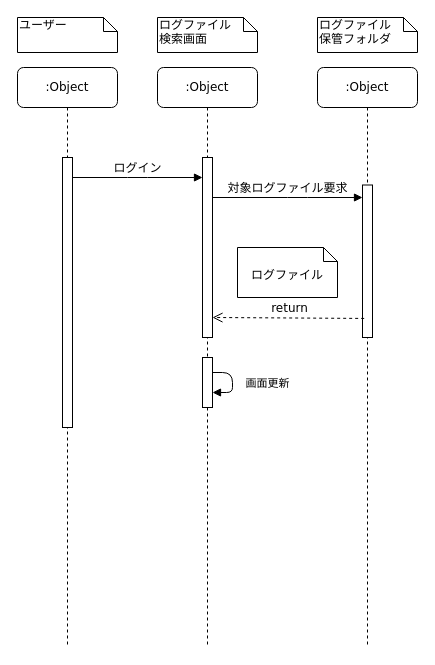
Before: page "シーケンス図（特定日検索）" (2 of 6) of UMLDiagram.drawio in r-asano/kaihatsubuKenshu, a draw.io diagram. Source tidied: cells renumbered, new cells numbered last; positions are measured from the earlier drawing's top-left corner, leaving out a move shared by most shapes. Both pictures are drawn from the tidied source at 100%, with x=0, y=0 at pixel (17, 17).
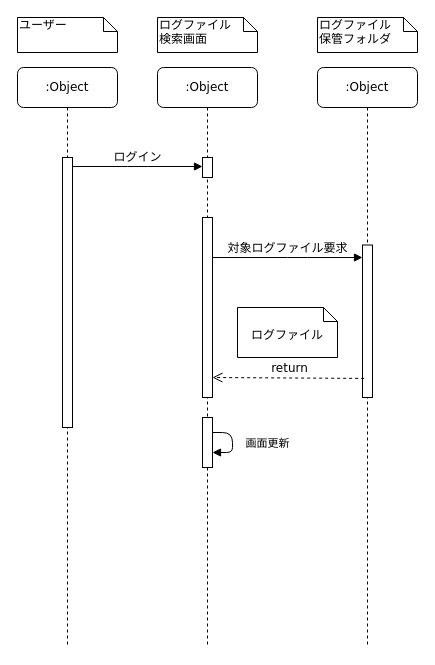
The same diagram, later.

The change refers to these unchanged cells:
```xml
<mxCell id="2" value=":Object" style="shape=umlLifeline;perimeter=lifelinePerimeter;whiteSpace=wrap;html=1;rounded=1;shadow=0;comic=0;labelBackgroundColor=none;strokeWidth=1;fontFamily=Verdana;fontSize=12;align=center;" parent="1" vertex="1">
  <mxGeometry x="140" y="50" width="100" height="580" as="geometry" />
</mxCell>
<mxCell id="6" value=":Object" style="shape=umlLifeline;perimeter=lifelinePerimeter;whiteSpace=wrap;html=1;rounded=1;shadow=0;comic=0;labelBackgroundColor=none;strokeWidth=1;fontFamily=Verdana;fontSize=12;align=center;" parent="1" vertex="1">
  <mxGeometry x="300" y="50" width="100" height="580" as="geometry" />
</mxCell>
<mxCell id="9" style="html=1;points=[];perimeter=orthogonalPerimeter;rounded=0;shadow=0;comic=0;labelBackgroundColor=none;strokeWidth=1;fontFamily=Verdana;fontSize=12;align=center;" parent="8" vertex="1">
  <mxGeometry x="45" y="90" width="10" height="270" as="geometry" />
</mxCell>
```

What changed in the source:
```diff
@@
     <mxCell id="3" style="html=1;points=[];perimeter=orthogonalPerimeter;rounded=0;shadow=0;comic=0;labelBackgroundColor=none;strokeWidth=1;fontFamily=Verdana;fontSize=12;align=center;" parent="2" vertex="1">
-      <mxGeometry x="45" y="90" width="10" height="180" as="geometry" />
+      <mxGeometry x="45" y="150" width="10" height="180" as="geometry" />
     </mxCell>
     <mxCell id="4" style="html=1;points=[];perimeter=orthogonalPerimeter;rounded=0;shadow=0;comic=0;labelBackgroundColor=none;strokeWidth=1;fontFamily=Verdana;fontSize=12;align=center;" parent="2" vertex="1">
-      <mxGeometry x="45" y="290" width="10" height="50" as="geometry" />
+      <mxGeometry x="45" y="350" width="10" height="50" as="geometry" />
     </mxCell>
@@
+    <mxCell id="17" style="html=1;points=[];perimeter=orthogonalPerimeter;rounded=0;shadow=0;comic=0;labelBackgroundColor=none;strokeWidth=1;fontFamily=Verdana;fontSize=12;align=center;" parent="2" vertex="1">
+      <mxGeometry x="45" y="90" width="10" height="20" as="geometry" />
+    </mxCell>
@@
     <mxCell id="7" style="html=1;points=[];perimeter=orthogonalPerimeter;rounded=0;shadow=0;comic=0;labelBackgroundColor=none;strokeWidth=1;fontFamily=Verdana;fontSize=12;align=center;" parent="6" vertex="1">
-      <mxGeometry x="45" y="117.5" width="10" height="152.5" as="geometry" />
+      <mxGeometry x="45" y="177.5" width="10" height="152.5" as="geometry" />
     </mxCell>
@@
-    <mxCell id="10" value="ログイン" style="html=1;verticalAlign=bottom;endArrow=block;labelBackgroundColor=none;fontFamily=Verdana;fontSize=12;edgeStyle=elbowEdgeStyle;elbow=vertical;" parent="1" edge="1" source="9" target="3">
-      <mxGeometry relative="1" as="geometry">
-        <Array as="points">
-          <mxPoint x="120" y="160" />
-        </Array>
-      </mxGeometry>
-    </mxCell>
@@
     <mxCell id="14" value="対象ログファイル要求" style="html=1;verticalAlign=bottom;endArrow=block;labelBackgroundColor=none;fontFamily=Verdana;fontSize=12;edgeStyle=elbowEdgeStyle;elbow=vertical;" parent="1" edge="1" source="3" target="7">
       <mxGeometry relative="1" as="geometry">
         <Array as="points">
-          <mxPoint x="280" y="180" />
+          <mxPoint x="280" y="240" />
         </Array>
       </mxGeometry>
     </mxCell>
     <mxCell id="15" value="return" style="html=1;verticalAlign=bottom;endArrow=open;dashed=1;endSize=8;labelBackgroundColor=none;fontFamily=Verdana;fontSize=12;edgeStyle=elbowEdgeStyle;elbow=vertical;exitX=0.167;exitY=0.875;exitDx=0;exitDy=0;exitPerimeter=0;" parent="1" edge="1" source="7" target="3">
       <mxGeometry relative="1" as="geometry">
         <Array as="points">
-          <mxPoint x="280" y="300" />
-          <mxPoint x="280" y="290" />
-          <mxPoint x="310" y="290" />
+          <mxPoint x="280" y="360" />
+          <mxPoint x="280" y="350" />
+          <mxPoint x="310" y="350" />
         </Array>
       </mxGeometry>
     </mxCell>
     <mxCell id="16" value="ログファイル" style="shape=note2;boundedLbl=1;whiteSpace=wrap;html=1;size=14;verticalAlign=top;align=center;" parent="1" vertex="1">
-      <mxGeometry x="220" y="230" width="100" height="50" as="geometry" />
+      <mxGeometry x="220" y="290" width="100" height="50" as="geometry" />
     </mxCell>
+    <mxCell id="10" value="ログイン" style="html=1;verticalAlign=bottom;endArrow=block;labelBackgroundColor=none;fontFamily=Verdana;fontSize=12;edgeStyle=elbowEdgeStyle;elbow=vertical;entryX=0;entryY=0.45;entryDx=0;entryDy=0;entryPerimeter=0;" parent="1" edge="1" source="9" target="17">
+      <mxGeometry relative="1" as="geometry">
+        <Array as="points">
+          <mxPoint x="120" y="149" />
+          <mxPoint x="145" y="160" />
+        </Array>
+      </mxGeometry>
+    </mxCell>
```
